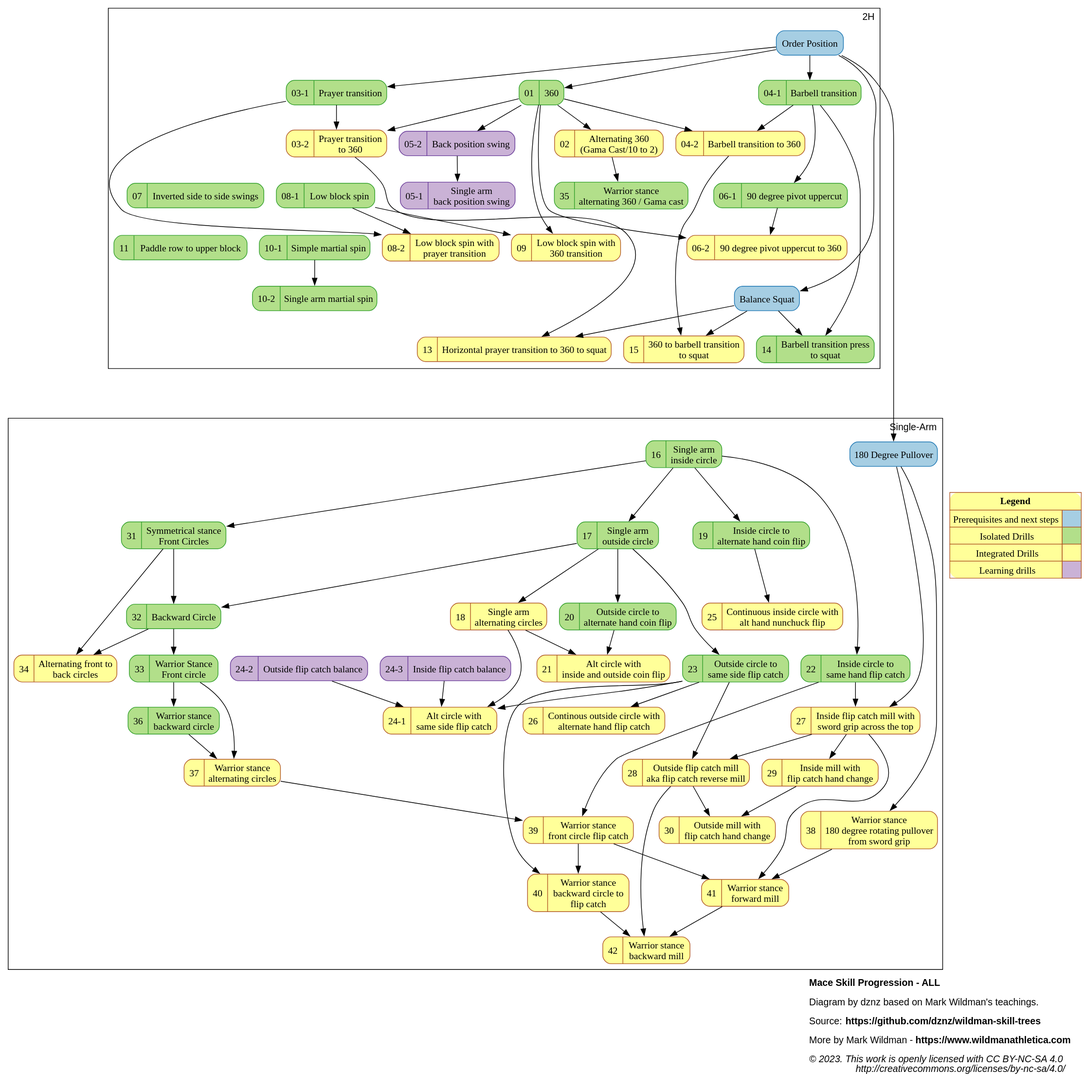
Earlier version of the PlantUML export dist/mace_progression_ALL.svg (dznz/wildman-skill-trees). Its source is kept beside it as src/mace/mace_progression_ALL.puml.
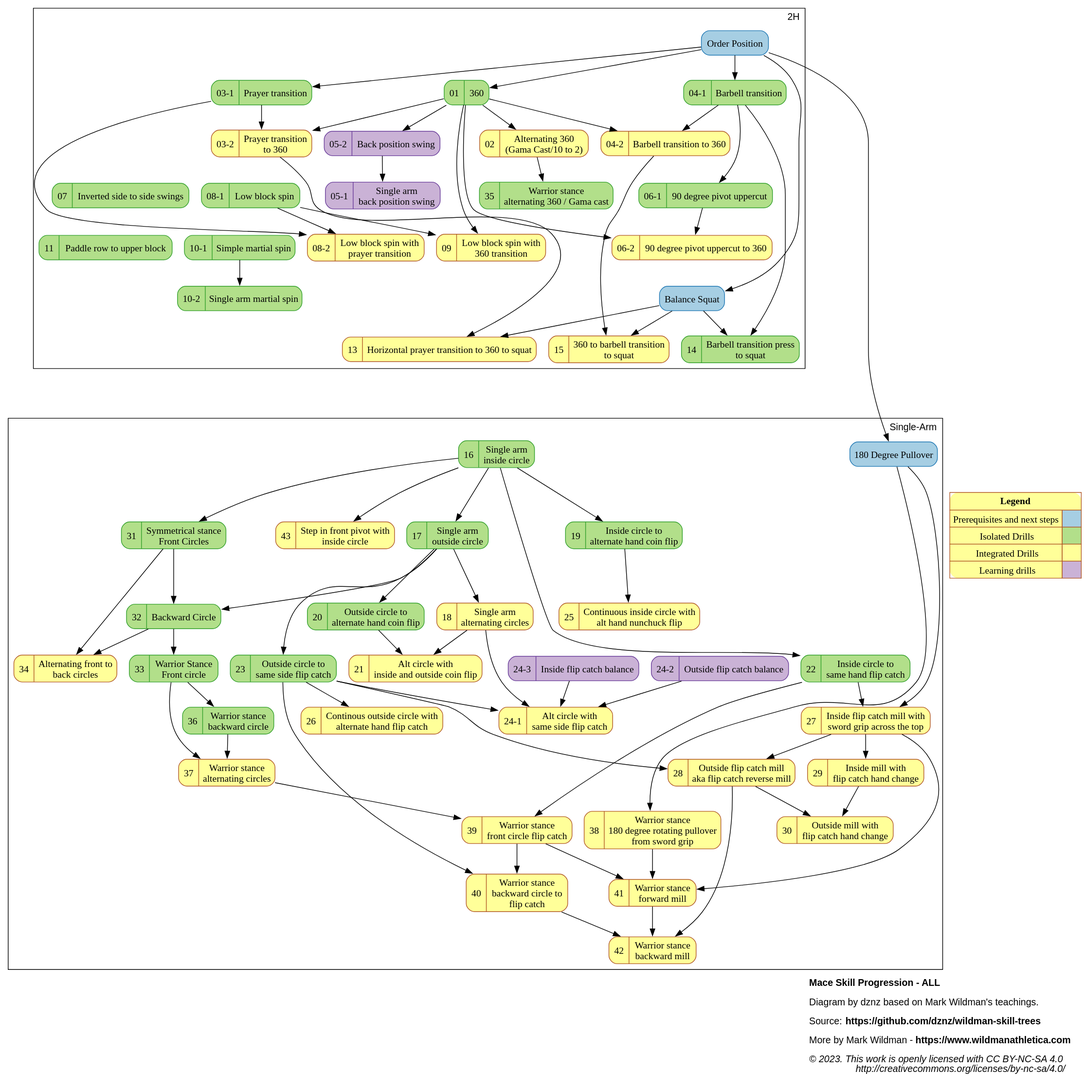
Later version of the same file.

Commit message:
feat(mace_progression): add M-43

Diff of the diagram source:
```diff
@@ -92,6 +92,7 @@
 mov_40_warbkcircleflip        [label="{{40  |Warrior stance\nbackward circle to\nflip catch}}"                URL="https://www.youtube.com/watch?v=Eb5Ci22BqmI" ];
 mov_41_warfwdmill             [label="{{41  |Warrior stance\nforward mill}}"                                  URL="https://www.youtube.com/watch?v=ydXgS363htk" ];
 mov_42_warbwdmill             [label="{{42  |Warrior stance\nbackward mill}}"                                 URL="https://www.youtube.com/watch?v=HaQqkf-cSHE" ];
+mov_43_sifpivotwincircle      [label="{{43  |Step in front pivot with\ninside circle}}"                       URL="https://www.youtube.com/watch?v=i2Zj4t-uIB8" ];
 
 // LAYOUT HACKS
 
@@ -153,6 +154,8 @@
     mov_23_outcircle2sameflip -> mov_40_warbkcircleflip
     mov_27_inflip180pull -> mov_41_warfwdmill
     mov_28_outflipmill -> mov_42_warbwdmill
+
+    mov_16_saincircle -> mov_43_sifpivotwincircle
 
     {rank=same; ext_180pull; mov_16_saincircle}
     {rank=same; mov_17_saoutcircle; mov_19_incircle2altcoin}
```
